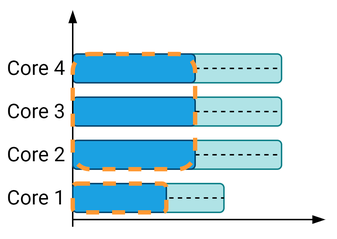
Earlier version of the draw.io export Notes/TFM_presentations/final/figures/drawings/state_simultaneous.png (jmigual/APATeoria). Source tidied: cells renumbered, new cells last; positions are measured from the earlier drawing's top-left corner, leaving out a move shared by most shapes.
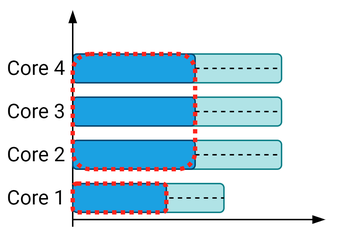
Later version of the same file.

Change to the diagram source:
```diff
@@ -62,10 +62,10 @@
     <mxCell id="19" style="rounded=1;whiteSpace=wrap;html=1;align=center;fillColor=#1ba1e2;fontColor=#ffffff;comic=0;fontSize=14;fontFamily=Roboto;FType=g;strokeColor=#00456E;" parent="1" vertex="1">
       <mxGeometry x="50" y="90" width="85" height="20" as="geometry" />
     </mxCell>
-    <mxCell id="20" style="rounded=1;whiteSpace=wrap;html=1;fillColor=none;strokeColor=#FF9933;strokeWidth=3;dashed=1;" parent="1" vertex="1">
+    <mxCell id="20" style="rounded=1;whiteSpace=wrap;html=1;fillColor=none;strokeColor=#FF241C;strokeWidth=3;dashed=1;dashPattern=1 1;" parent="1" vertex="1">
       <mxGeometry x="50" y="30" width="85" height="80" as="geometry" />
     </mxCell>
-    <mxCell id="21" style="rounded=1;whiteSpace=wrap;html=1;fillColor=none;strokeColor=#FF9933;strokeWidth=3;dashed=1;" parent="1" vertex="1">
+    <mxCell id="21" style="rounded=1;whiteSpace=wrap;html=1;fillColor=none;strokeColor=#FF241C;strokeWidth=3;dashed=1;dashPattern=1 1;" parent="1" vertex="1">
       <mxGeometry x="50" y="120" width="65" height="20" as="geometry" />
     </mxCell>
   </root>
```
